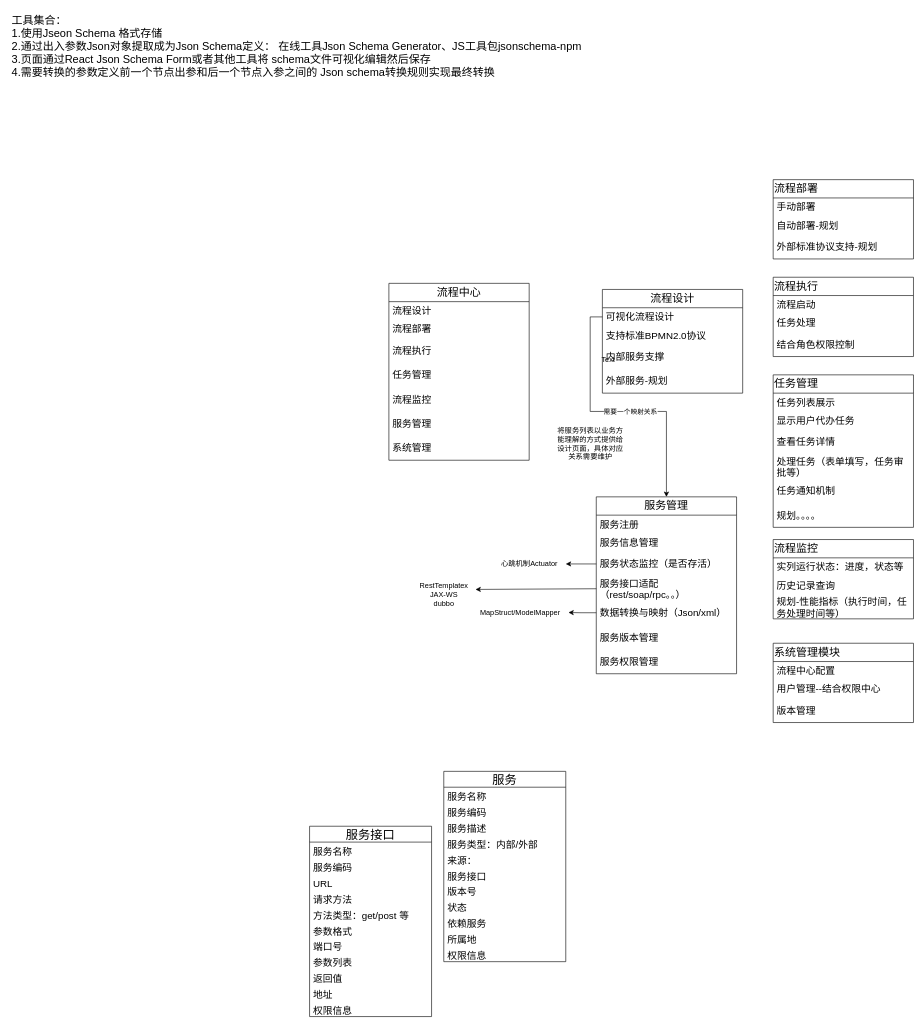
alvin-zj/MyUml keeps this draw.io diagram as 未命名绘图.drawio. Above is the earlier version. Source tidied: cells renumbered, new cells numbered last; positions are measured from the earlier drawing's top-left corner, leaving out a move shared by most shapes. Both pictures are drawn from the tidied source at 61%, with x=0, y=0 at pixel (10, 10).
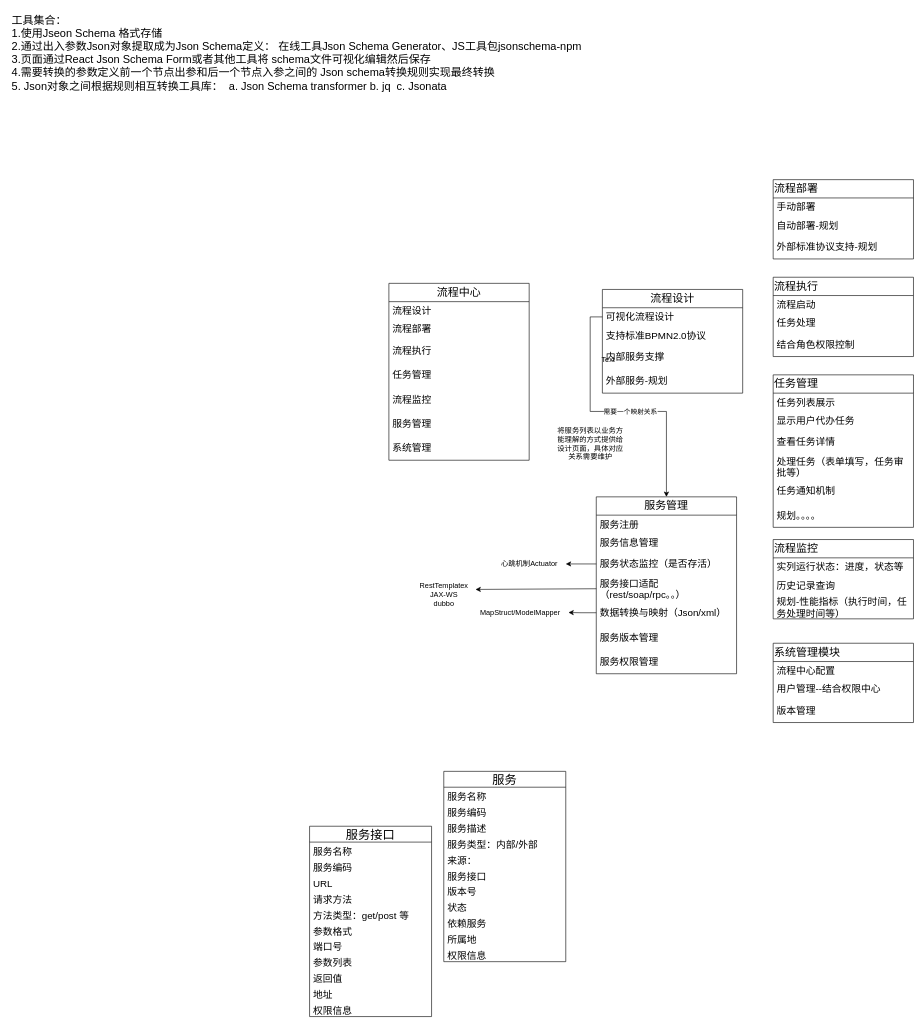
The same page after the edit.

Commit message:
更新未命名绘图.drawio

What changed in the source:
```diff
@@
-    <mxCell id="80" value="&lt;font&gt;工具集合：&lt;br&gt;&lt;/font&gt;1.使用Jseon Schema 格式存储&lt;div style=&quot;&quot;&gt;2.通过出入参数Json对象提取成为Json Schema定义： 在线工具Json Schema Generator、JS工具包jsonschema-npm&lt;/div&gt;&lt;div&gt;3.页面通过React Json Schema Form或者其他工具将 schema文件可视化编辑然后保存&lt;/div&gt;&lt;div&gt;4.需要转换的参数定义前一个节点出参和后一个节点入参之间的 Json schema转换规则实现最终转换&lt;/div&gt;&lt;div&gt;&lt;br&gt;&lt;/div&gt;" style="text;html=1;align=left;verticalAlign=middle;strokeColor=none;fillColor=none;fontSize=18;" parent="1" vertex="1">
+    <mxCell id="80" value="&lt;font&gt;工具集合：&lt;br&gt;&lt;/font&gt;1.使用Jseon Schema 格式存储&lt;div style=&quot;&quot;&gt;2.通过出入参数Json对象提取成为Json Schema定义： 在线工具Json Schema Generator、JS工具包jsonschema-npm&lt;/div&gt;&lt;div&gt;3.页面通过React Json Schema Form或者其他工具将 schema文件可视化编辑然后保存&lt;/div&gt;&lt;div&gt;4.需要转换的参数定义前一个节点出参和后一个节点入参之间的 Json schema转换规则实现最终转换&lt;/div&gt;&lt;div&gt;5. Json对象之间根据规则相互转换工具库：&amp;nbsp; a. Json Schema transformer b. jq&amp;nbsp; c. Jsonata&lt;/div&gt;" style="text;html=1;align=left;verticalAlign=middle;strokeColor=none;fillColor=none;fontSize=18;" parent="1" vertex="1">
       <mxGeometry width="960" height="140" as="geometry" />
     </mxCell>
```
